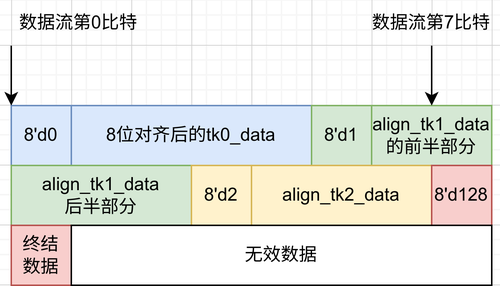
Above: tracebackend/docs/dataflow.drawio.png in REMU-TOOL/REMU (draw.io), before the change. Source tidied: cells renumbered, new cells last; positions are measured from the earlier drawing's top-left corner, leaving out a move shared by most shapes. The source it was exported from:
```xml
<mxGraphModel>
  <root>
    <mxCell id="0" />
    <mxCell id="1" parent="0" />
    <mxCell id="2" value="8'd0" style="rounded=0;whiteSpace=wrap;html=1;fillColor=#dae8fc;strokeColor=#6c8ebf;" parent="1" vertex="1">
      <mxGeometry y="70" width="40" height="40" as="geometry" />
    </mxCell>
    <mxCell id="3" value="8位对齐后的tk0_data" style="rounded=0;whiteSpace=wrap;html=1;fillColor=#dae8fc;strokeColor=#6c8ebf;" parent="1" vertex="1">
      <mxGeometry x="40" y="70" width="160" height="40" as="geometry" />
    </mxCell>
    <mxCell id="4" value="8'd1" style="rounded=0;whiteSpace=wrap;html=1;fillColor=#d5e8d4;strokeColor=#82b366;" parent="1" vertex="1">
      <mxGeometry x="200" y="70" width="40" height="40" as="geometry" />
    </mxCell>
    <mxCell id="5" value="align_tk1_data的前半部分" style="rounded=0;whiteSpace=wrap;html=1;fillColor=#d5e8d4;strokeColor=#82b366;" parent="1" vertex="1">
      <mxGeometry x="240" y="70" width="80" height="40" as="geometry" />
    </mxCell>
    <mxCell id="6" value="align_tk1_data&lt;br&gt;后半部分" style="rounded=0;whiteSpace=wrap;html=1;fillColor=#d5e8d4;strokeColor=#82b366;" parent="1" vertex="1">
      <mxGeometry y="110" width="120" height="40" as="geometry" />
    </mxCell>
    <mxCell id="7" value="8'd2" style="rounded=0;whiteSpace=wrap;html=1;fillColor=#fff2cc;strokeColor=#d6b656;" parent="1" vertex="1">
      <mxGeometry x="120" y="110" width="40" height="40" as="geometry" />
    </mxCell>
    <mxCell id="8" value="align_tk2_data" style="rounded=0;whiteSpace=wrap;html=1;fillColor=#fff2cc;strokeColor=#d6b656;" parent="1" vertex="1">
      <mxGeometry x="160" y="110" width="120" height="40" as="geometry" />
    </mxCell>
    <mxCell id="9" value="8'd128" style="rounded=0;whiteSpace=wrap;html=1;fillColor=#f8cecc;strokeColor=#b85450;" parent="1" vertex="1">
      <mxGeometry x="280" y="110" width="40" height="40" as="geometry" />
    </mxCell>
    <mxCell id="10" value="终结&lt;br&gt;数据" style="rounded=0;whiteSpace=wrap;html=1;fillColor=#f8cecc;strokeColor=#b85450;" parent="1" vertex="1">
      <mxGeometry y="150" width="40" height="40" as="geometry" />
    </mxCell>
    <mxCell id="11" style="edgeStyle=none;html=1;exitX=0;exitY=1;exitDx=0;exitDy=0;entryX=0;entryY=0;entryDx=0;entryDy=0;" parent="1" edge="1" source="12" target="2">
      <mxGeometry relative="1" as="geometry" />
    </mxCell>
    <mxCell id="12" value="数据流第0比特" style="text;html=1;strokeColor=none;fillColor=none;align=center;verticalAlign=middle;whiteSpace=wrap;rounded=0;" parent="1" vertex="1">
      <mxGeometry width="90" height="30" as="geometry" />
    </mxCell>
    <mxCell id="13" style="edgeStyle=none;html=1;exitX=0.5;exitY=1;exitDx=0;exitDy=0;" parent="1" edge="1" source="14" target="5">
      <mxGeometry relative="1" as="geometry" />
    </mxCell>
    <mxCell id="14" value="数据流第7比特" style="text;html=1;strokeColor=none;fillColor=none;align=center;verticalAlign=middle;whiteSpace=wrap;rounded=0;" parent="1" vertex="1">
      <mxGeometry x="235" width="90" height="30" as="geometry" />
    </mxCell>
    <mxCell id="15" value="无效数据" style="rounded=0;whiteSpace=wrap;html=1;" parent="1" vertex="1">
      <mxGeometry x="40" y="150" width="280" height="40" as="geometry" />
    </mxCell>
  </root>
</mxGraphModel>
```
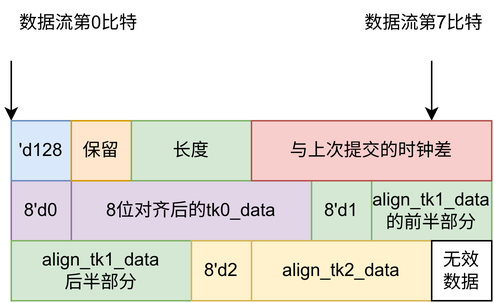
After the change.

Change to the diagram source:
```diff
@@ -2,10 +2,10 @@
   <root>
     <mxCell id="0" />
     <mxCell id="1" parent="0" />
-    <mxCell id="2" value="8'd0" style="rounded=0;whiteSpace=wrap;html=1;fillColor=#dae8fc;strokeColor=#6c8ebf;" parent="1" vertex="1">
+    <mxCell id="2" value="8'd0" style="rounded=0;whiteSpace=wrap;html=1;fillColor=#e1d5e7;strokeColor=#9673a6;" parent="1" vertex="1">
       <mxGeometry y="70" width="40" height="40" as="geometry" />
     </mxCell>
-    <mxCell id="3" value="8位对齐后的tk0_data" style="rounded=0;whiteSpace=wrap;html=1;fillColor=#dae8fc;strokeColor=#6c8ebf;" parent="1" vertex="1">
+    <mxCell id="3" value="8位对齐后的tk0_data" style="rounded=0;whiteSpace=wrap;html=1;fillColor=#e1d5e7;strokeColor=#9673a6;" parent="1" vertex="1">
       <mxGeometry x="40" y="70" width="160" height="40" as="geometry" />
     </mxCell>
     <mxCell id="4" value="8'd1" style="rounded=0;whiteSpace=wrap;html=1;fillColor=#d5e8d4;strokeColor=#82b366;" parent="1" vertex="1">
@@ -23,26 +23,36 @@
     <mxCell id="8" value="align_tk2_data" style="rounded=0;whiteSpace=wrap;html=1;fillColor=#fff2cc;strokeColor=#d6b656;" parent="1" vertex="1">
       <mxGeometry x="160" y="110" width="120" height="40" as="geometry" />
     </mxCell>
-    <mxCell id="9" value="8'd128" style="rounded=0;whiteSpace=wrap;html=1;fillColor=#f8cecc;strokeColor=#b85450;" parent="1" vertex="1">
-      <mxGeometry x="280" y="110" width="40" height="40" as="geometry" />
-    </mxCell>
-    <mxCell id="10" value="终结&lt;br&gt;数据" style="rounded=0;whiteSpace=wrap;html=1;fillColor=#f8cecc;strokeColor=#b85450;" parent="1" vertex="1">
-      <mxGeometry y="150" width="40" height="40" as="geometry" />
-    </mxCell>
-    <mxCell id="11" style="edgeStyle=none;html=1;exitX=0;exitY=1;exitDx=0;exitDy=0;entryX=0;entryY=0;entryDx=0;entryDy=0;" parent="1" edge="1" source="12" target="2">
-      <mxGeometry relative="1" as="geometry" />
+    <mxCell id="11" style="edgeStyle=none;html=1;entryX=0;entryY=0;entryDx=0;entryDy=0;" parent="1" edge="1" target="16">
+      <mxGeometry relative="1" as="geometry">
+        <mxPoint y="-10" as="sourcePoint" />
+      </mxGeometry>
     </mxCell>
     <mxCell id="12" value="数据流第0比特" style="text;html=1;strokeColor=none;fillColor=none;align=center;verticalAlign=middle;whiteSpace=wrap;rounded=0;" parent="1" vertex="1">
-      <mxGeometry width="90" height="30" as="geometry" />
+      <mxGeometry y="-50" width="90" height="30" as="geometry" />
     </mxCell>
-    <mxCell id="13" style="edgeStyle=none;html=1;exitX=0.5;exitY=1;exitDx=0;exitDy=0;" parent="1" edge="1" source="14" target="5">
-      <mxGeometry relative="1" as="geometry" />
+    <mxCell id="13" style="edgeStyle=none;html=1;entryX=0.75;entryY=0;entryDx=0;entryDy=0;" parent="1" edge="1" target="19">
+      <mxGeometry relative="1" as="geometry">
+        <mxPoint x="280" y="-10" as="sourcePoint" />
+      </mxGeometry>
     </mxCell>
     <mxCell id="14" value="数据流第7比特" style="text;html=1;strokeColor=none;fillColor=none;align=center;verticalAlign=middle;whiteSpace=wrap;rounded=0;" parent="1" vertex="1">
-      <mxGeometry x="235" width="90" height="30" as="geometry" />
+      <mxGeometry x="230" y="-50" width="90" height="30" as="geometry" />
     </mxCell>
-    <mxCell id="15" value="无效数据" style="rounded=0;whiteSpace=wrap;html=1;" parent="1" vertex="1">
-      <mxGeometry x="40" y="150" width="280" height="40" as="geometry" />
+    <mxCell id="15" value="无效&lt;br&gt;数据" style="rounded=0;whiteSpace=wrap;html=1;" parent="1" vertex="1">
+      <mxGeometry x="280" y="110" width="40" height="40" as="geometry" />
     </mxCell>
+    <mxCell id="16" value="'d128" style="rounded=0;whiteSpace=wrap;html=1;fillColor=#dae8fc;strokeColor=#6c8ebf;" parent="1" vertex="1">
+      <mxGeometry y="30" width="40" height="40" as="geometry" />
+    </mxCell>
+    <mxCell id="17" value="保留" style="rounded=0;whiteSpace=wrap;html=1;fillColor=#ffe6cc;strokeColor=#d79b00;" parent="1" vertex="1">
+      <mxGeometry x="40" y="30" width="40" height="40" as="geometry" />
+    </mxCell>
+    <mxCell id="18" value="长度" style="rounded=0;whiteSpace=wrap;html=1;fillColor=#d5e8d4;strokeColor=#82b366;" parent="1" vertex="1">
+      <mxGeometry x="80" y="30" width="80" height="40" as="geometry" />
+    </mxCell>
+    <mxCell id="19" value="与上次提交的时钟差" style="rounded=0;whiteSpace=wrap;html=1;fillColor=#f8cecc;strokeColor=#b85450;" parent="1" vertex="1">
+      <mxGeometry x="160" y="30" width="160" height="40" as="geometry" />
+    </mxCell>
   </root>
 </mxGraphModel>
```
